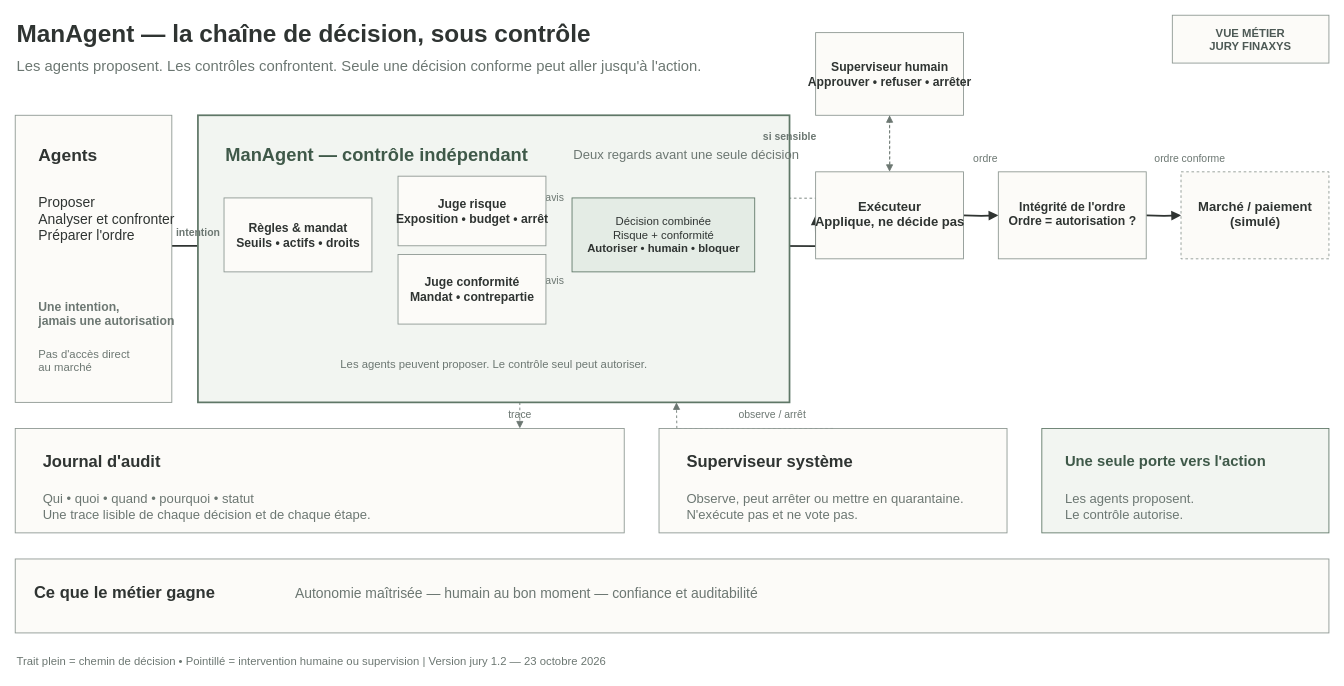
Earlier version of the draw.io diagram CADRAGE/managent-0-jury-flux-gouvernance.drawio (LaurntZhang/Hackauthon-SLAF). Source tidied: cells renumbered, new cells numbered last; positions are measured from the earlier drawing's top-left corner, leaving out a move shared by most shapes. Both pictures are drawn from the tidied source at 87%, with x=0, y=0 at pixel (15, 15).
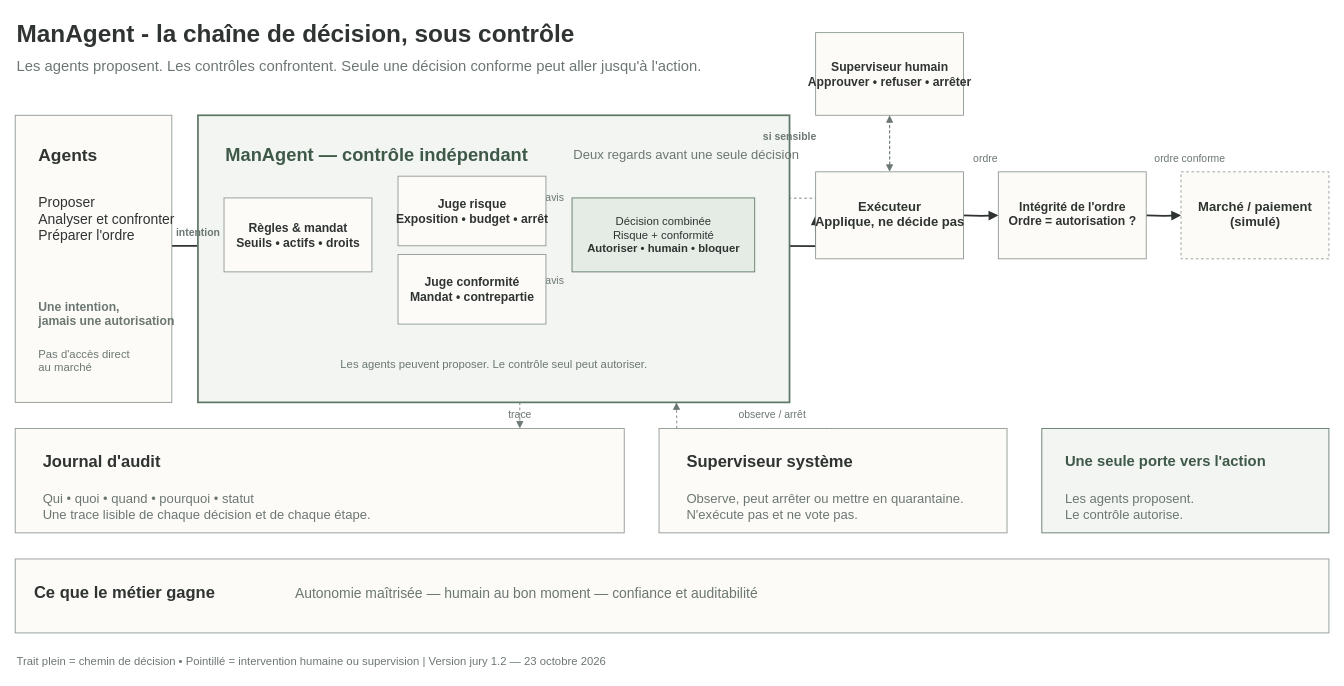
Above is the later version.

The edit, as a diff of the source:
```diff
@@
-    <mxCell id="2" value="ManAgent — la chaîne de décision, sous contrôle" style="text;html=1;align=left;verticalAlign=middle;fontColor=#2F3432;fontFamily=Arial;fontSize=28;fontStyle=1;" parent="1" vertex="1">
+    <mxCell id="2" value="ManAgent - la chaîne de décision, sous contrôle" style="text;html=1;align=left;verticalAlign=middle;fontColor=#2F3432;fontFamily=Arial;fontSize=28;fontStyle=1;" parent="1" vertex="1">
       <mxGeometry width="1160" height="42" as="geometry" />
     </mxCell>
@@
-    <mxCell id="4" value="VUE MÉTIER&lt;br&gt;JURY FINAXYS" style="rounded=0;whiteSpace=wrap;html=1;fillColor=#FCFBF8;strokeColor=#8C9691;strokeWidth=1;fontColor=#4D5955;fontFamily=Arial;fontSize=13;fontStyle=1;align=center;verticalAlign=middle;" parent="1" vertex="1">
-      <mxGeometry x="1330" width="180" height="55" as="geometry" />
-    </mxCell>
```
